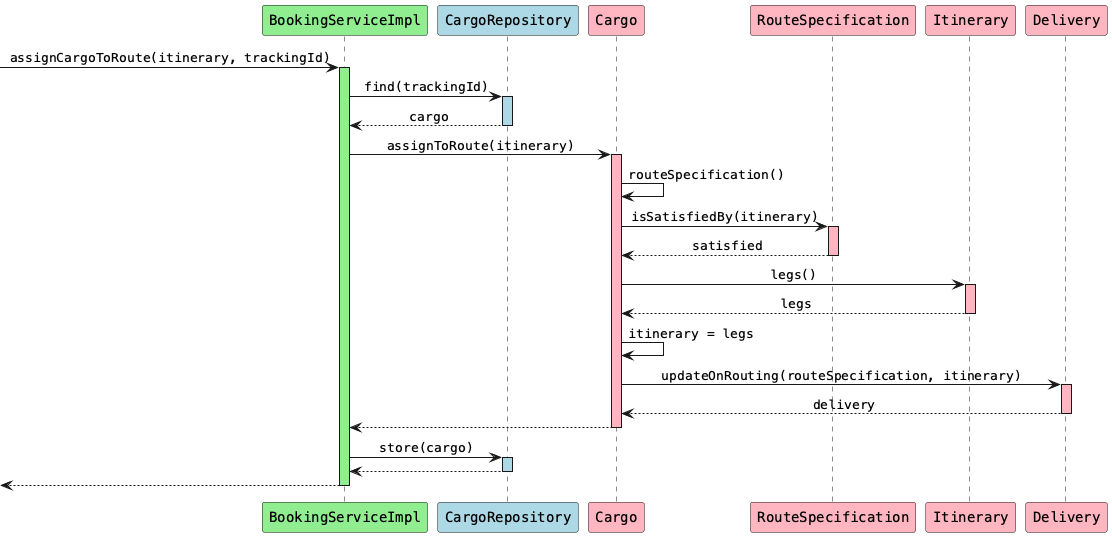
Earlier version of the PlantUML export diagrams/BookingServiceImpl_assignCargoToRoute.png (aowss/dddsample-core).
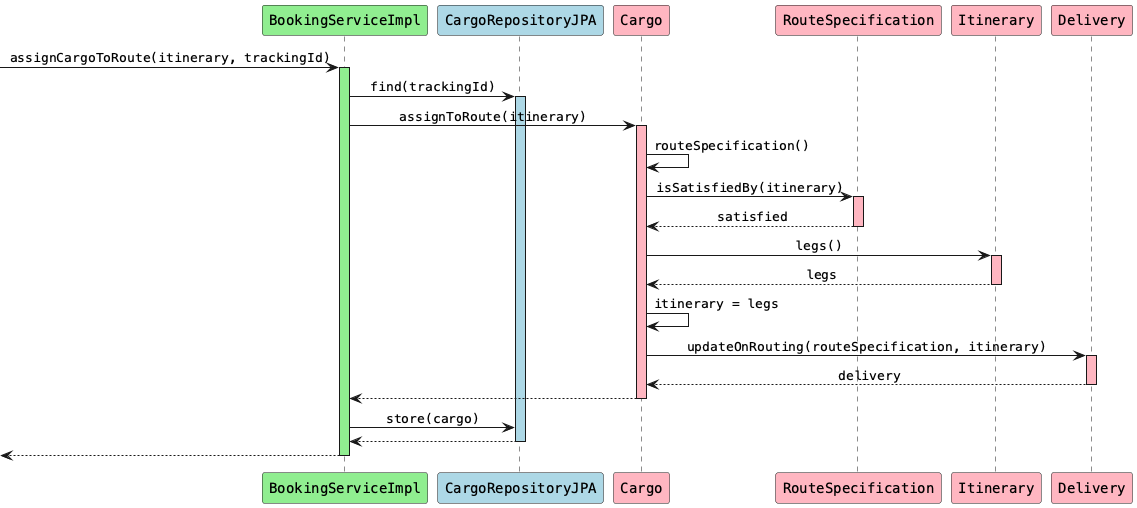
Later version of the same file.

Diff of the diagram source:
```diff
@@ -4,7 +4,7 @@
 skinparam sequenceMessageAlign center
 
 participant "BookingServiceImpl" as bs #lightgreen
-participant "CargoRepository" as cr #lightblue
+participant "CargoRepositoryJPA" as cr #lightblue
 participant "Cargo" as c #lightpink
 participant "RouteSpecification" as rs #lightpink
 participant "Itinerary" as i #lightpink
@@ -15,8 +15,6 @@
 
 bs -> cr: find(trackingId)
 activate cr #lightblue
-cr --> bs: cargo
-deactivate cr
 
 bs -> c: assignToRoute(itinerary)
 activate c #lightpink
@@ -43,7 +41,6 @@
 deactivate c
 
 bs -> cr: store(cargo)
-activate cr #lightblue
 cr --> bs
 deactivate cr
 
```
